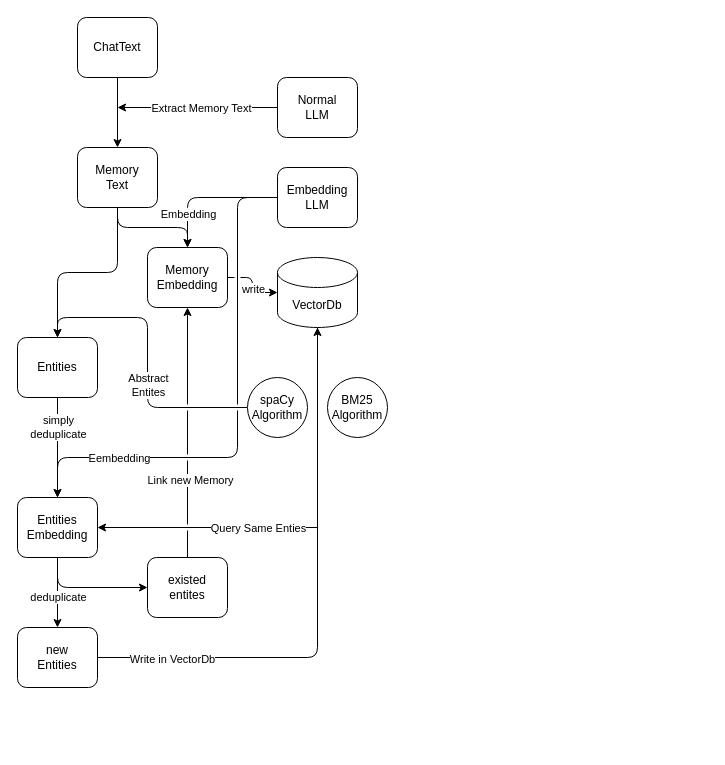
Above: mem0思维链.drawio in Chrischenny/drawio (draw.io), before the change. Source tidied: cells renumbered, new cells numbered last; positions are measured from the earlier drawing's top-left corner, leaving out a move shared by most shapes. Both pictures are drawn from the tidied source at 100%, with x=0, y=0 at pixel (17, 17).
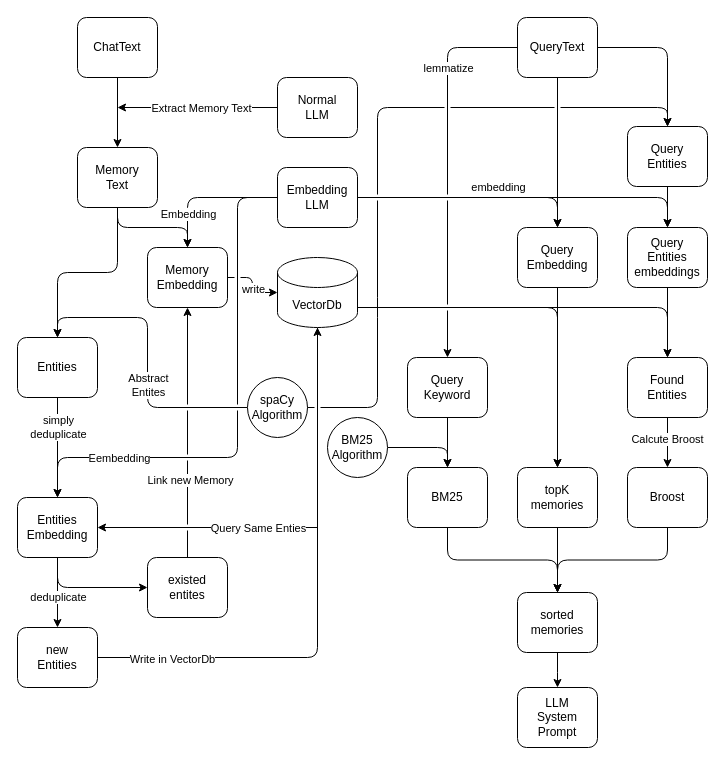
The same page after the edit.

Commit message:
更新mem0思维链.drawio

The change refers to these unchanged cells:
```xml
<mxCell id="11" value="Embedding&lt;div&gt;LLM&lt;/div&gt;" style="rounded=1;whiteSpace=wrap;html=1;" parent="1" vertex="1">
  <mxGeometry x="260" y="150" width="80" height="60" as="geometry" />
</mxCell>
<mxCell id="27" value="Entities&lt;div&gt;Embedding&lt;/div&gt;" style="rounded=1;whiteSpace=wrap;html=1;" parent="1" vertex="1">
  <mxGeometry y="480" width="80" height="60" as="geometry" />
</mxCell>
<mxCell id="28" value="new&lt;div&gt;Entities&lt;/div&gt;" style="rounded=1;whiteSpace=wrap;html=1;" parent="1" vertex="1">
  <mxGeometry y="610" width="80" height="60" as="geometry" />
</mxCell>
<mxCell id="36" value="VectorDb" style="shape=cylinder3;whiteSpace=wrap;html=1;boundedLbl=1;backgroundOutline=1;size=15;" parent="1" vertex="1">
  <mxGeometry x="260" y="240" width="80" height="70" as="geometry" />
</mxCell>
<mxCell id="37" value="spaCy&lt;br&gt;Algorithm" style="ellipse;whiteSpace=wrap;html=1;" parent="1" vertex="1">
  <mxGeometry x="230" y="360" width="60" height="60" as="geometry" />
</mxCell>
```

Diff of the diagram source:
```diff
@@
-    <mxCell id="2" style="edgeStyle=orthogonalEdgeStyle;rounded=0;jettySize=auto;html=1;entryX=1;entryY=0.5;entryDx=0;entryDy=0;" parent="1" edge="1" source="36" target="27">
+    <mxCell id="2" style="edgeStyle=orthogonalEdgeStyle;rounded=0;jettySize=auto;html=1;entryX=1;entryY=0.5;entryDx=0;entryDy=0;jumpStyle=gap;" parent="1" edge="1" source="36" target="27">
       <mxGeometry relative="1" as="geometry">
         <Array as="points">
           <mxPoint x="300" y="510" />
         </Array>
       </mxGeometry>
     </mxCell>
@@
+    <mxCell id="38" style="edgeStyle=orthogonalEdgeStyle;rounded=1;jettySize=auto;html=1;entryX=0.5;entryY=0;entryDx=0;entryDy=0;curved=0;" parent="1" edge="1" source="4" target="65">
+      <mxGeometry relative="1" as="geometry" />
+    </mxCell>
     <mxCell id="4" value="BM25&lt;br&gt;Algorithm" style="ellipse;whiteSpace=wrap;html=1;" parent="1" vertex="1">
-      <mxGeometry x="310" y="360" width="60" height="60" as="geometry" />
+      <mxGeometry x="310" y="400" width="60" height="60" as="geometry" />
     </mxCell>
@@
+    <mxCell id="39" style="edgeStyle=orthogonalEdgeStyle;rounded=1;jettySize=auto;html=1;entryX=0.5;entryY=0;entryDx=0;entryDy=0;curved=0;jumpStyle=gap;" parent="1" edge="1" source="11" target="52">
+      <mxGeometry relative="1" as="geometry" />
+    </mxCell>
+    <mxCell id="40" value="embedding" style="edgeLabel;html=1;align=center;verticalAlign=middle;" parent="39" vertex="1">
+      <mxGeometry x="0.39" y="-1" relative="1" as="geometry">
+        <mxPoint x="-20" y="-12" as="offset" />
+      </mxGeometry>
+    </mxCell>
+    <mxCell id="41" style="edgeStyle=orthogonalEdgeStyle;rounded=1;jettySize=auto;html=1;entryX=0.5;entryY=0;entryDx=0;entryDy=0;curved=0;" parent="1" edge="1" source="11" target="58">
+      <mxGeometry relative="1" as="geometry" />
+    </mxCell>
@@
+    <mxCell id="31" style="edgeStyle=orthogonalEdgeStyle;rounded=1;jettySize=auto;html=1;entryX=0.5;entryY=1;entryDx=0;entryDy=0;entryPerimeter=0;curved=0;jumpStyle=gap;" parent="1" edge="1" source="28" target="36">
+      <mxGeometry relative="1" as="geometry">
+        <Array as="points">
+          <mxPoint x="300" y="640" />
+        </Array>
+      </mxGeometry>
+    </mxCell>
+    <mxCell id="32" value="Write in VectorDb" style="edgeLabel;html=1;align=center;verticalAlign=middle;" parent="31" vertex="1">
+      <mxGeometry x="-0.73" y="-1" relative="1" as="geometry" />
+    </mxCell>
@@
-    <mxCell id="31" style="edgeStyle=orthogonalEdgeStyle;rounded=1;jettySize=auto;html=1;entryX=0.5;entryY=1;entryDx=0;entryDy=0;entryPerimeter=0;curved=0;" parent="1" edge="1" source="28" target="36">
-      <mxGeometry relative="1" as="geometry" />
-    </mxCell>
-    <mxCell id="32" value="Write in VectorDb" style="edgeLabel;html=1;align=center;verticalAlign=middle;" parent="31" vertex="1">
-      <mxGeometry x="-0.73" y="-1" relative="1" as="geometry" />
-    </mxCell>
@@
+    <mxCell id="42" style="edgeStyle=orthogonalEdgeStyle;rounded=1;jettySize=auto;html=1;entryX=0.5;entryY=0;entryDx=0;entryDy=0;curved=0;" parent="1" edge="1" source="36" target="56">
+      <mxGeometry relative="1" as="geometry">
+        <Array as="points">
+          <mxPoint x="540" y="290" />
+        </Array>
+      </mxGeometry>
+    </mxCell>
+    <mxCell id="43" style="edgeStyle=orthogonalEdgeStyle;rounded=1;jettySize=auto;html=1;entryX=0.5;entryY=0;entryDx=0;entryDy=0;curved=0;jumpStyle=gap;" parent="1" edge="1" source="36" target="61">
+      <mxGeometry relative="1" as="geometry">
+        <Array as="points">
+          <mxPoint x="650" y="290" />
+        </Array>
+      </mxGeometry>
+    </mxCell>
@@
+    <mxCell id="44" style="edgeStyle=orthogonalEdgeStyle;rounded=1;jettySize=auto;html=1;entryX=0.5;entryY=0;entryDx=0;entryDy=0;curved=0;jumpStyle=gap;" parent="1" edge="1" source="48" target="50">
+      <mxGeometry relative="1" as="geometry" />
+    </mxCell>
+    <mxCell id="45" value="lemmatize" style="edgeLabel;html=1;align=center;verticalAlign=middle;" parent="44" vertex="1">
+      <mxGeometry x="-0.14" y="-1" relative="1" as="geometry">
+        <mxPoint x="1" y="-73" as="offset" />
+      </mxGeometry>
+    </mxCell>
+    <mxCell id="46" style="edgeStyle=orthogonalEdgeStyle;rounded=1;jettySize=auto;html=1;entryX=0.5;entryY=0;entryDx=0;entryDy=0;curved=0;jumpStyle=gap;" parent="1" edge="1" source="48" target="54">
+      <mxGeometry relative="1" as="geometry" />
+    </mxCell>
+    <mxCell id="47" style="edgeStyle=orthogonalEdgeStyle;rounded=0;jettySize=auto;html=1;entryX=0.5;entryY=0;entryDx=0;entryDy=0;" parent="1" edge="1" source="48" target="52">
+      <mxGeometry relative="1" as="geometry" />
+    </mxCell>
+    <mxCell id="48" value="QueryText" style="rounded=1;whiteSpace=wrap;html=1;" parent="1" vertex="1">
+      <mxGeometry x="500" width="80" height="60" as="geometry" />
+    </mxCell>
+    <mxCell id="49" style="edgeStyle=orthogonalEdgeStyle;rounded=0;jettySize=auto;html=1;entryX=0.5;entryY=0;entryDx=0;entryDy=0;" parent="1" edge="1" source="50" target="65">
+      <mxGeometry relative="1" as="geometry" />
+    </mxCell>
+    <mxCell id="50" value="Query&lt;div&gt;Keyword&lt;/div&gt;" style="rounded=1;whiteSpace=wrap;html=1;" parent="1" vertex="1">
+      <mxGeometry x="390" y="340" width="80" height="60" as="geometry" />
+    </mxCell>
+    <mxCell id="51" style="edgeStyle=orthogonalEdgeStyle;rounded=0;jettySize=auto;html=1;entryX=0.5;entryY=0;entryDx=0;entryDy=0;" parent="1" edge="1" source="52" target="56">
+      <mxGeometry relative="1" as="geometry" />
+    </mxCell>
+    <mxCell id="52" value="Query&lt;div&gt;Embedding&lt;/div&gt;" style="rounded=1;whiteSpace=wrap;html=1;" parent="1" vertex="1">
+      <mxGeometry x="500" y="210" width="80" height="60" as="geometry" />
+    </mxCell>
+    <mxCell id="53" style="edgeStyle=orthogonalEdgeStyle;rounded=0;jettySize=auto;html=1;entryX=0.5;entryY=0;entryDx=0;entryDy=0;" parent="1" edge="1" source="54" target="58">
+      <mxGeometry relative="1" as="geometry" />
+    </mxCell>
+    <mxCell id="54" value="Query&lt;div&gt;Entities&lt;/div&gt;" style="rounded=1;whiteSpace=wrap;html=1;" parent="1" vertex="1">
+      <mxGeometry x="610" y="109" width="80" height="60" as="geometry" />
+    </mxCell>
+    <mxCell id="55" style="edgeStyle=orthogonalEdgeStyle;rounded=0;jettySize=auto;html=1;entryX=0.5;entryY=0;entryDx=0;entryDy=0;" parent="1" edge="1" source="56" target="67">
+      <mxGeometry relative="1" as="geometry" />
+    </mxCell>
+    <mxCell id="56" value="topK&lt;div&gt;memories&lt;/div&gt;" style="rounded=1;whiteSpace=wrap;html=1;" parent="1" vertex="1">
+      <mxGeometry x="500" y="450" width="80" height="60" as="geometry" />
+    </mxCell>
+    <mxCell id="57" style="edgeStyle=orthogonalEdgeStyle;rounded=0;jettySize=auto;html=1;entryX=0.5;entryY=0;entryDx=0;entryDy=0;" parent="1" edge="1" source="58" target="61">
+      <mxGeometry relative="1" as="geometry" />
+    </mxCell>
+    <mxCell id="58" value="Query&lt;div&gt;Entities&lt;/div&gt;&lt;div&gt;embeddings&lt;/div&gt;" style="rounded=1;whiteSpace=wrap;html=1;" parent="1" vertex="1">
+      <mxGeometry x="610" y="210" width="80" height="60" as="geometry" />
+    </mxCell>
+    <mxCell id="59" style="edgeStyle=orthogonalEdgeStyle;rounded=0;jettySize=auto;html=1;entryX=0.5;entryY=0;entryDx=0;entryDy=0;" parent="1" edge="1" source="61" target="63">
+      <mxGeometry relative="1" as="geometry" />
+    </mxCell>
+    <mxCell id="60" value="Calcute Broost" style="edgeLabel;html=1;align=center;verticalAlign=middle;" parent="59" vertex="1">
+      <mxGeometry x="-0.15" y="-1" relative="1" as="geometry" />
+    </mxCell>
+    <mxCell id="61" value="&lt;div&gt;&lt;span style=&quot;background-color: transparent; color: light-dark(rgb(0, 0, 0), rgb(255, 255, 255));&quot;&gt;Found&lt;/span&gt;&lt;/div&gt;&lt;div&gt;&lt;span style=&quot;background-color: transparent; color: light-dark(rgb(0, 0, 0), rgb(255, 255, 255));&quot;&gt;Entities&lt;/span&gt;&lt;/div&gt;" style="rounded=1;whiteSpace=wrap;html=1;" parent="1" vertex="1">
+      <mxGeometry x="610" y="340" width="80" height="60" as="geometry" />
+    </mxCell>
+    <mxCell id="62" style="edgeStyle=orthogonalEdgeStyle;rounded=1;jettySize=auto;html=1;entryX=0.5;entryY=0;entryDx=0;entryDy=0;exitX=0.5;exitY=1;exitDx=0;exitDy=0;curved=0;" parent="1" edge="1" source="63" target="67">
+      <mxGeometry relative="1" as="geometry" />
+    </mxCell>
+    <mxCell id="63" value="&lt;div&gt;Broost&lt;/div&gt;" style="rounded=1;whiteSpace=wrap;html=1;" parent="1" vertex="1">
+      <mxGeometry x="610" y="450" width="80" height="60" as="geometry" />
+    </mxCell>
+    <mxCell id="64" style="edgeStyle=orthogonalEdgeStyle;rounded=1;jettySize=auto;html=1;entryX=0.5;entryY=0;entryDx=0;entryDy=0;exitX=0.5;exitY=1;exitDx=0;exitDy=0;curved=0;" parent="1" edge="1" source="65" target="67">
+      <mxGeometry relative="1" as="geometry" />
+    </mxCell>
+    <mxCell id="65" value="BM25" style="rounded=1;whiteSpace=wrap;html=1;" parent="1" vertex="1">
+      <mxGeometry x="390" y="450" width="80" height="60" as="geometry" />
+    </mxCell>
+    <mxCell id="66" style="edgeStyle=orthogonalEdgeStyle;rounded=0;jettySize=auto;html=1;" parent="1" edge="1" source="67">
+      <mxGeometry relative="1" as="geometry">
+        <mxPoint x="540" y="670" as="targetPoint" />
+      </mxGeometry>
+    </mxCell>
+    <mxCell id="67" value="sorted&lt;div&gt;memories&lt;/div&gt;" style="rounded=1;whiteSpace=wrap;html=1;" parent="1" vertex="1">
+      <mxGeometry x="500" y="575" width="80" height="60" as="geometry" />
+    </mxCell>
+    <mxCell id="68" value="LLM&lt;div&gt;System&lt;/div&gt;&lt;div&gt;Prompt&lt;/div&gt;" style="rounded=1;whiteSpace=wrap;html=1;" parent="1" vertex="1">
+      <mxGeometry x="500" y="670" width="80" height="60" as="geometry" />
+    </mxCell>
+    <mxCell id="69" style="edgeStyle=orthogonalEdgeStyle;rounded=1;jettySize=auto;html=1;entryX=0.5;entryY=0;entryDx=0;entryDy=0;curved=0;jumpStyle=gap;" parent="1" edge="1" source="37" target="54">
+      <mxGeometry relative="1" as="geometry">
+        <Array as="points">
+          <mxPoint x="360" y="390" />
+          <mxPoint x="360" y="90" />
+          <mxPoint x="650" y="90" />
+        </Array>
+      </mxGeometry>
+    </mxCell>
```
